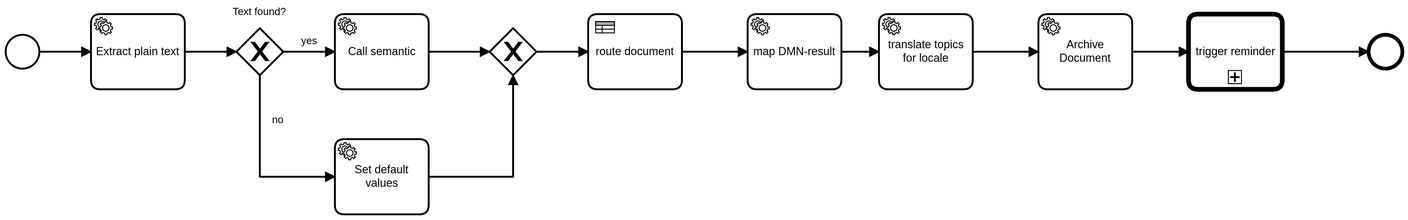
This is src/main/resources/mailprocessor.png from Cuupa/mailprocessor, a BPMN export, as it was before one commit. Its source is kept beside it as src/main/resources/mailprocessor.bpmn. Ids are renumbered.
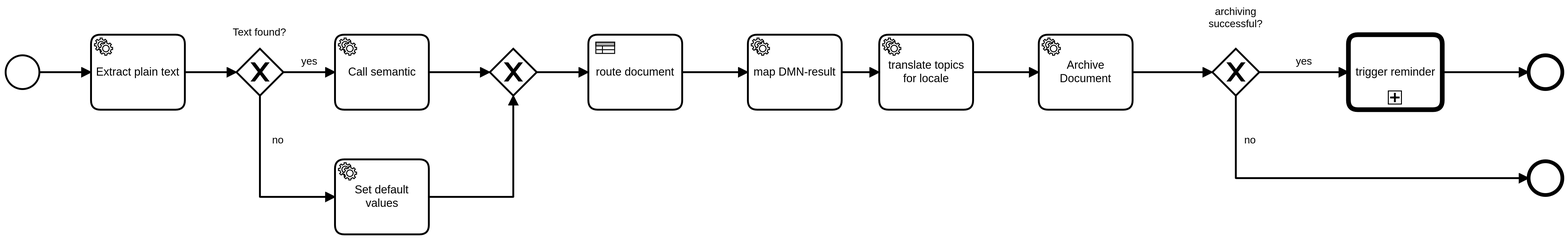
Above is the later version.

The edit, as a diff of the source:
```diff
@@ -80,7 +80,7 @@
             <bpmn:incoming>SequenceFlow_n5</bpmn:incoming>
             <bpmn:outgoing>Flow_n23</bpmn:outgoing>
         </bpmn:serviceTask>
-        <bpmn:exclusiveGateway id="Gateway_n20" name="archivinv successful?">
+        <bpmn:exclusiveGateway id="Gateway_n20" name="archiving successful?">
             <bpmn:incoming>SequenceFlow_n11</bpmn:incoming>
             <bpmn:outgoing>Flow_n22</bpmn:outgoing>
             <bpmn:outgoing>Flow_n24</bpmn:outgoing>
@@ -217,5 +217,5 @@
                 <dc:Bounds x="1802" y="222" width="36" height="36"/>
             </bpmndi:BPMNShape>
         </bpmndi:BPMNPlane>
-  </bpmndi:BPMNDiagram>
+    </bpmndi:BPMNDiagram>
 </bpmn:definitions>
```
